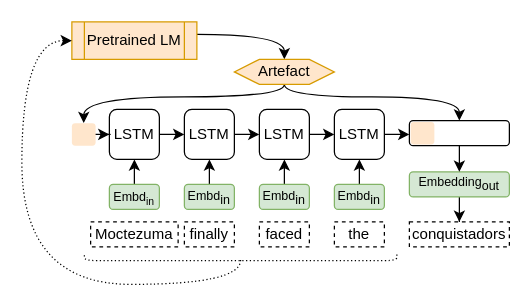
Earlier version of the draw.io diagram meta/model_moctezuma.drawio (zouharvi/sentence-embd-fusion). Source tidied: cells renumbered, new cells numbered last; positions are measured from the earlier drawing's top-left corner, leaving out a move shared by most shapes. Both pictures are drawn from the tidied source at 125%, with x=0, y=0 at pixel (21, 21).
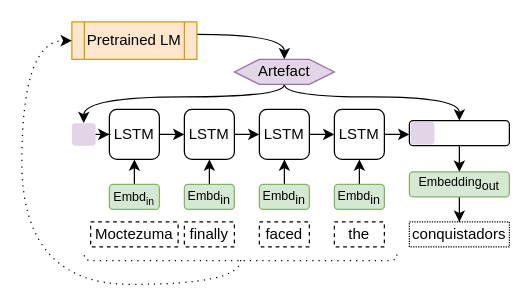
After the change.

The change refers to these unchanged cells:
```xml
<mxCell id="15" value="Pretrained LM" style="shape=process;whiteSpace=wrap;html=1;backgroundOutline=1;fillColor=#ffe6cc;strokeColor=#d79b00;" parent="1" vertex="1">
  <mxGeometry x="40" width="100" height="30" as="geometry" />
</mxCell>
```

What changed in the source:
```diff
@@
-    <mxCell id="18" value="Artefact" style="shape=hexagon;perimeter=hexagonPerimeter2;whiteSpace=wrap;html=1;fixedSize=1;fillColor=#ffe6cc;strokeColor=#d79b00;" parent="1" vertex="1">
+    <mxCell id="18" value="Artefact" style="shape=hexagon;perimeter=hexagonPerimeter2;whiteSpace=wrap;html=1;fixedSize=1;fillColor=#e1d5e7;strokeColor=#9673a6;" parent="1" vertex="1">
       <mxGeometry x="170" y="30" width="80" height="20" as="geometry" />
     </mxCell>
@@
-    <mxCell id="30" value="conquistadors" style="text;html=1;strokeColor=default;fillColor=none;align=center;verticalAlign=middle;whiteSpace=wrap;rounded=0;dashed=1;" parent="1" vertex="1">
+    <mxCell id="30" value="conquistadors" style="text;html=1;strokeColor=default;fillColor=none;align=center;verticalAlign=middle;whiteSpace=wrap;rounded=0;dashed=1;dashPattern=1 1;" parent="1" vertex="1">
       <mxGeometry x="310" y="160" width="80" height="20" as="geometry" />
     </mxCell>
@@
-    <mxCell id="32" style="rounded=1;whiteSpace=wrap;html=1;fillColor=#ffe6cc;strokeColor=none;glass=0;shadow=0;sketch=0;" parent="1" vertex="1">
+    <mxCell id="32" style="rounded=1;whiteSpace=wrap;html=1;fillColor=#e1d5e7;strokeColor=none;glass=0;shadow=0;sketch=0;" parent="1" vertex="1">
       <mxGeometry x="40" y="81" width="19" height="18" as="geometry" />
     </mxCell>
@@
-    <mxCell id="34" style="rounded=1;whiteSpace=wrap;html=1;fillColor=#ffe6cc;strokeColor=none;glass=0;shadow=0;sketch=0;" parent="1" vertex="1">
+    <mxCell id="34" style="rounded=1;whiteSpace=wrap;html=1;fillColor=#e1d5e7;strokeColor=none;glass=0;shadow=0;sketch=0;" parent="1" vertex="1">
       <mxGeometry x="311" y="80" width="19" height="18" as="geometry" />
     </mxCell>
-    <mxCell id="35" style="edgeStyle=orthogonalEdgeStyle;rounded=0;jettySize=auto;html=1;entryX=0;entryY=0.5;entryDx=0;entryDy=0;curved=1;exitX=0.1;exitY=0.5;exitDx=0;exitDy=0;exitPerimeter=0;dashed=1;dashPattern=1 2;strokeWidth=1;" parent="1" edge="1" source="36" target="15">
+    <mxCell id="35" style="edgeStyle=orthogonalEdgeStyle;rounded=0;jettySize=auto;html=1;entryX=0;entryY=0.5;entryDx=0;entryDy=0;curved=1;exitX=0.1;exitY=0.5;exitDx=0;exitDy=0;exitPerimeter=0;dashed=1;dashPattern=1 4;strokeWidth=1;" parent="1" edge="1" source="36" target="15">
       <mxGeometry relative="1" as="geometry">
         <Array as="points">
           <mxPoint x="175" y="210" />
           <mxPoint y="210" />
           <mxPoint y="15" />
         </Array>
       </mxGeometry>
     </mxCell>
-    <mxCell id="36" style="shape=curlyBracket;whiteSpace=wrap;html=1;rounded=1;flipH=1;rotation=90;dashed=1;dashPattern=1 2;size=0;" parent="1" vertex="1">
+    <mxCell id="36" style="shape=curlyBracket;whiteSpace=wrap;html=1;rounded=1;flipH=1;rotation=90;dashed=1;dashPattern=1 4;size=0;strokeWidth=1;" parent="1" vertex="1">
       <mxGeometry x="172.5" y="63.5" width="5" height="250" as="geometry" />
     </mxCell>
```
